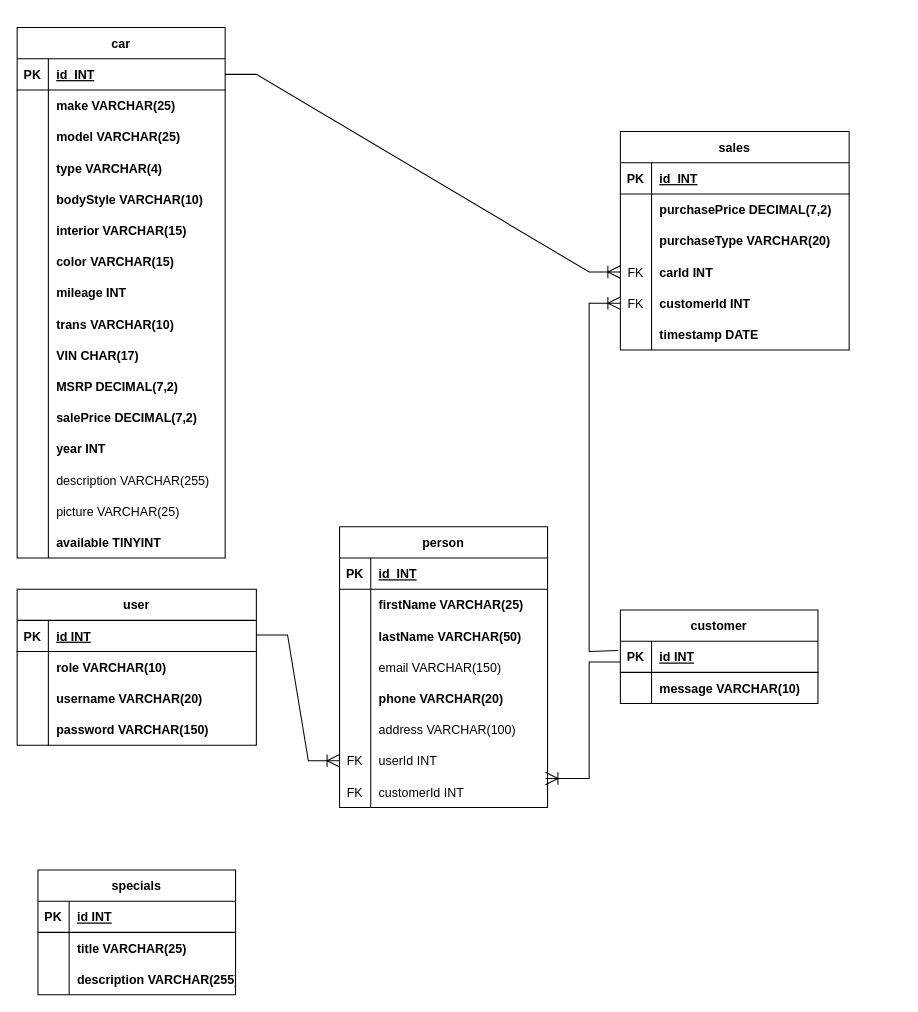
Before: carDealerShipERD.drawio in josephc2195/CarDealership, a draw.io diagram. Source tidied: cells renumbered, new cells numbered last; positions are measured from the earlier drawing's top-left corner, leaving out a move shared by most shapes. Both pictures are drawn from the tidied source at 104%, with x=0, y=0 at pixel (17, 27).
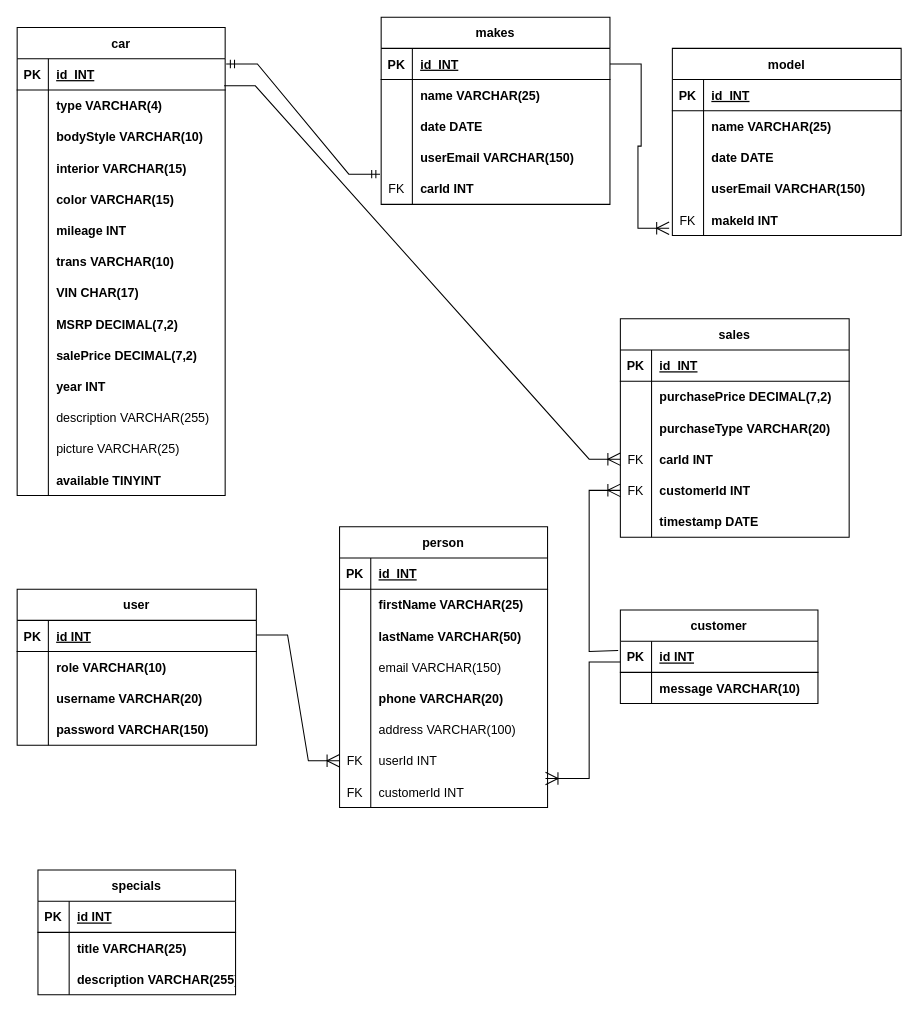
After the change.

Commit message:
create Makes and Model tables

as per requirements

The change refers to these unchanged cells:
```xml
<mxCell id="3" style="shape=tableRow;horizontal=0;startSize=0;swimlaneHead=0;swimlaneBody=0;fillColor=none;points=[[0,0.5],[1,0.5]];portConstraint=eastwest;top=0;left=0;right=0;bottom=1;" parent="2" vertex="1">
  <mxGeometry y="30" width="200" height="30" as="geometry" />
</mxCell>
<mxCell id="90" style="shape=tableRow;horizontal=0;startSize=0;swimlaneHead=0;swimlaneBody=0;fillColor=none;points=[[0,0.5],[1,0.5]];portConstraint=eastwest;top=0;left=0;right=0;bottom=1;" parent="89" vertex="1">
  <mxGeometry y="30" width="190" height="30" as="geometry" />
</mxCell>
<mxCell id="118" style="shape=tableRow;horizontal=0;startSize=0;swimlaneHead=0;swimlaneBody=0;fillColor=none;points=[[0,0.5],[1,0.5]];portConstraint=eastwest;top=0;left=0;right=0;bottom=0;" parent="108" vertex="1">
  <mxGeometry y="120" width="220" height="30" as="geometry" />
</mxCell>
<mxCell id="121" style="shape=tableRow;horizontal=0;startSize=0;swimlaneHead=0;swimlaneBody=0;fillColor=none;points=[[0,0.5],[1,0.5]];portConstraint=eastwest;top=0;left=0;right=0;bottom=0;" parent="108" vertex="1">
  <mxGeometry y="150" width="220" height="30" as="geometry" />
</mxCell>
```

Change to the diagram source:
```diff
@@
     <mxCell id="2" value="car" style="shape=table;startSize=30;childLayout=tableLayout;rowLines=0;fontStyle=1;align=center;" parent="1" vertex="1">
-      <mxGeometry width="200" height="510" as="geometry" />
+      <mxGeometry width="200" height="450" as="geometry" />
     </mxCell>
@@
-    <mxCell id="6" style="shape=tableRow;horizontal=0;startSize=0;swimlaneHead=0;swimlaneBody=0;fillColor=none;top=0;left=0;right=0;bottom=0;" parent="2" vertex="1">
-      <mxGeometry y="60" width="200" height="30" as="geometry" />
-    </mxCell>
-    <mxCell id="7" style="shape=partialRectangle;fillColor=none;top=0;left=0;bottom=0;right=0;overflow=hidden;" parent="6" vertex="1">
-      <mxGeometry width="30" height="30" as="geometry" />
-    </mxCell>
-    <mxCell id="8" value="make VARCHAR(25)" style="shape=partialRectangle;fillColor=none;top=0;left=0;bottom=0;right=0;align=left;spacingLeft=6;overflow=hidden;fontStyle=1;" parent="6" vertex="1">
-      <mxGeometry x="30" width="170" height="30" as="geometry" />
-    </mxCell>
-    <mxCell id="9" style="shape=tableRow;horizontal=0;startSize=0;swimlaneHead=0;swimlaneBody=0;fillColor=none;top=0;left=0;right=0;bottom=0;" parent="2" vertex="1">
-      <mxGeometry y="90" width="200" height="30" as="geometry" />
-    </mxCell>
-    <mxCell id="10" style="shape=partialRectangle;fillColor=none;top=0;left=0;bottom=0;right=0;overflow=hidden;" parent="9" vertex="1">
-      <mxGeometry width="30" height="30" as="geometry" />
-    </mxCell>
-    <mxCell id="11" value="model VARCHAR(25)" style="shape=partialRectangle;fillColor=none;top=0;left=0;bottom=0;right=0;align=left;spacingLeft=6;overflow=hidden;fontStyle=1;" parent="9" vertex="1">
-      <mxGeometry x="30" width="170" height="30" as="geometry" />
-    </mxCell>
     <mxCell id="12" style="shape=tableRow;horizontal=0;startSize=0;swimlaneHead=0;swimlaneBody=0;fillColor=none;top=0;left=0;right=0;bottom=0;" parent="2" vertex="1">
-      <mxGeometry y="120" width="200" height="30" as="geometry" />
+      <mxGeometry y="60" width="200" height="30" as="geometry" />
     </mxCell>
@@
     <mxCell id="15" style="shape=tableRow;horizontal=0;startSize=0;swimlaneHead=0;swimlaneBody=0;fillColor=none;top=0;left=0;right=0;bottom=0;" parent="2" vertex="1">
-      <mxGeometry y="150" width="200" height="30" as="geometry" />
+      <mxGeometry y="90" width="200" height="30" as="geometry" />
     </mxCell>
@@
     <mxCell id="18" style="shape=tableRow;horizontal=0;startSize=0;swimlaneHead=0;swimlaneBody=0;fillColor=none;top=0;left=0;right=0;bottom=0;" parent="2" vertex="1">
-      <mxGeometry y="180" width="200" height="30" as="geometry" />
+      <mxGeometry y="120" width="200" height="30" as="geometry" />
     </mxCell>
@@
     <mxCell id="21" style="shape=tableRow;horizontal=0;startSize=0;swimlaneHead=0;swimlaneBody=0;fillColor=none;top=0;left=0;right=0;bottom=0;" parent="2" vertex="1">
-      <mxGeometry y="210" width="200" height="30" as="geometry" />
+      <mxGeometry y="150" width="200" height="30" as="geometry" />
     </mxCell>
@@
     <mxCell id="24" style="shape=tableRow;horizontal=0;startSize=0;swimlaneHead=0;swimlaneBody=0;fillColor=none;top=0;left=0;right=0;bottom=0;" parent="2" vertex="1">
-      <mxGeometry y="240" width="200" height="30" as="geometry" />
+      <mxGeometry y="180" width="200" height="30" as="geometry" />
     </mxCell>
@@
     <mxCell id="27" style="shape=tableRow;horizontal=0;startSize=0;swimlaneHead=0;swimlaneBody=0;fillColor=none;top=0;left=0;right=0;bottom=0;" parent="2" vertex="1">
-      <mxGeometry y="270" width="200" height="30" as="geometry" />
+      <mxGeometry y="210" width="200" height="30" as="geometry" />
     </mxCell>
@@
     <mxCell id="30" style="shape=tableRow;horizontal=0;startSize=0;swimlaneHead=0;swimlaneBody=0;fillColor=none;top=0;left=0;right=0;bottom=0;" parent="2" vertex="1">
-      <mxGeometry y="300" width="200" height="30" as="geometry" />
+      <mxGeometry y="240" width="200" height="30" as="geometry" />
     </mxCell>
@@
     <mxCell id="33" style="shape=tableRow;horizontal=0;startSize=0;swimlaneHead=0;swimlaneBody=0;fillColor=none;top=0;left=0;right=0;bottom=0;" parent="2" vertex="1">
-      <mxGeometry y="330" width="200" height="30" as="geometry" />
+      <mxGeometry y="270" width="200" height="30" as="geometry" />
     </mxCell>
@@
     <mxCell id="36" style="shape=tableRow;horizontal=0;startSize=0;swimlaneHead=0;swimlaneBody=0;fillColor=none;top=0;left=0;right=0;bottom=0;" parent="2" vertex="1">
-      <mxGeometry y="360" width="200" height="30" as="geometry" />
+      <mxGeometry y="300" width="200" height="30" as="geometry" />
     </mxCell>
@@
     <mxCell id="39" style="shape=tableRow;horizontal=0;startSize=0;swimlaneHead=0;swimlaneBody=0;fillColor=none;top=0;left=0;right=0;bottom=0;" parent="2" vertex="1">
-      <mxGeometry y="390" width="200" height="30" as="geometry" />
+      <mxGeometry y="330" width="200" height="30" as="geometry" />
     </mxCell>
@@
     <mxCell id="42" style="shape=tableRow;horizontal=0;startSize=0;swimlaneHead=0;swimlaneBody=0;fillColor=none;top=0;left=0;right=0;bottom=0;" parent="2" vertex="1">
-      <mxGeometry y="420" width="200" height="30" as="geometry" />
+      <mxGeometry y="360" width="200" height="30" as="geometry" />
     </mxCell>
@@
     <mxCell id="45" style="shape=tableRow;horizontal=0;startSize=0;swimlaneHead=0;swimlaneBody=0;fillColor=none;top=0;left=0;right=0;bottom=0;" parent="2" vertex="1">
-      <mxGeometry y="450" width="200" height="30" as="geometry" />
+      <mxGeometry y="390" width="200" height="30" as="geometry" />
     </mxCell>
@@
     <mxCell id="48" style="shape=tableRow;horizontal=0;startSize=0;swimlaneHead=0;swimlaneBody=0;fillColor=none;top=0;left=0;right=0;bottom=0;" parent="2" vertex="1">
-      <mxGeometry y="480" width="200" height="30" as="geometry" />
+      <mxGeometry y="420" width="200" height="30" as="geometry" />
     </mxCell>
@@
     <mxCell id="108" value="sales" style="shape=table;startSize=30;childLayout=tableLayout;rowLines=0;fontStyle=1;align=center;" parent="1" vertex="1">
-      <mxGeometry x="580" y="100" width="220" height="210" as="geometry" />
+      <mxGeometry x="580" y="280" width="220" height="210" as="geometry" />
     </mxCell>
@@
     <mxCell id="127" style="fontSize=12;html=1;endArrow=ERoneToMany;rounded=0;startSize=10;endSize=10;exitX=-0.011;exitY=0.3;exitDx=0;exitDy=0;exitPerimeter=0;entryX=0;entryY=0.5;entryDx=0;entryDy=0;" parent="1" edge="1" source="90" target="121">
       <mxGeometry relative="1" as="geometry">
         <Array as="points">
           <mxPoint x="550" y="600" />
-          <mxPoint x="550" y="265" />
+          <mxPoint x="550" y="445" />
         </Array>
       </mxGeometry>
     </mxCell>
-    <mxCell id="128" style="edgeStyle=entityRelationEdgeStyle;fontSize=12;html=1;endArrow=ERoneToMany;rounded=0;startSize=10;endSize=10;entryX=0;entryY=0.5;entryDx=0;entryDy=0;exitX=1;exitY=0.5;exitDx=0;exitDy=0;" parent="1" edge="1" source="3" target="118">
+    <mxCell id="128" style="edgeStyle=entityRelationEdgeStyle;fontSize=12;html=1;endArrow=ERoneToMany;rounded=0;startSize=10;endSize=10;entryX=0;entryY=0.5;entryDx=0;entryDy=0;exitX=0.995;exitY=0.867;exitDx=0;exitDy=0;exitPerimeter=0;" parent="1" edge="1" source="3" target="118">
       <mxGeometry relative="1" as="geometry" />
     </mxCell>
+    <mxCell id="129" value="makes" style="shape=table;startSize=30;childLayout=tableLayout;rowLines=0;fontStyle=1;align=center;" parent="1" vertex="1">
+      <mxGeometry x="350" y="-10" width="220" height="180" as="geometry" />
+    </mxCell>
+    <mxCell id="130" style="shape=tableRow;horizontal=0;startSize=0;swimlaneHead=0;swimlaneBody=0;fillColor=none;points=[[0,0.5],[1,0.5]];portConstraint=eastwest;top=0;left=0;right=0;bottom=1;" parent="129" vertex="1">
+      <mxGeometry y="30" width="220" height="30" as="geometry" />
+    </mxCell>
+    <mxCell id="131" value="PK" style="shape=partialRectangle;fillColor=none;top=0;left=0;bottom=0;right=0;fontStyle=1;overflow=hidden;" parent="130" vertex="1">
+      <mxGeometry width="30" height="30" as="geometry" />
+    </mxCell>
+    <mxCell id="132" value="id  INT" style="shape=partialRectangle;fillColor=none;top=0;left=0;bottom=0;right=0;align=left;spacingLeft=6;fontStyle=5;overflow=hidden;" parent="130" vertex="1">
+      <mxGeometry x="30" width="190" height="30" as="geometry" />
+    </mxCell>
+    <mxCell id="133" style="shape=tableRow;horizontal=0;startSize=0;swimlaneHead=0;swimlaneBody=0;fillColor=none;top=0;left=0;right=0;bottom=0;" parent="129" vertex="1">
+      <mxGeometry y="60" width="220" height="30" as="geometry" />
+    </mxCell>
+    <mxCell id="134" style="shape=partialRectangle;fillColor=none;top=0;left=0;bottom=0;right=0;overflow=hidden;" parent="133" vertex="1">
+      <mxGeometry width="30" height="30" as="geometry" />
+    </mxCell>
+    <mxCell id="135" value="name VARCHAR(25)" style="shape=partialRectangle;fillColor=none;top=0;left=0;bottom=0;right=0;align=left;spacingLeft=6;overflow=hidden;fontStyle=1;" parent="133" vertex="1">
+      <mxGeometry x="30" width="190" height="30" as="geometry" />
+    </mxCell>
+    <mxCell id="136" style="shape=tableRow;horizontal=0;startSize=0;swimlaneHead=0;swimlaneBody=0;fillColor=none;top=0;left=0;right=0;bottom=0;" parent="129" vertex="1">
+      <mxGeometry y="90" width="220" height="30" as="geometry" />
+    </mxCell>
+    <mxCell id="137" style="shape=partialRectangle;fillColor=none;top=0;left=0;bottom=0;right=0;overflow=hidden;" parent="136" vertex="1">
+      <mxGeometry width="30" height="30" as="geometry" />
+    </mxCell>
+    <mxCell id="138" value="date DATE" style="shape=partialRectangle;fillColor=none;top=0;left=0;bottom=0;right=0;align=left;spacingLeft=6;overflow=hidden;fontStyle=1;" parent="136" vertex="1">
+      <mxGeometry x="30" width="190" height="30" as="geometry" />
+    </mxCell>
+    <mxCell id="139" style="shape=tableRow;horizontal=0;startSize=0;swimlaneHead=0;swimlaneBody=0;fillColor=none;top=0;left=0;right=0;bottom=0;" parent="129" vertex="1">
+      <mxGeometry y="120" width="220" height="30" as="geometry" />
+    </mxCell>
+    <mxCell id="140" style="shape=partialRectangle;fillColor=none;top=0;left=0;bottom=0;right=0;overflow=hidden;" parent="139" vertex="1">
+      <mxGeometry width="30" height="30" as="geometry" />
+    </mxCell>
+    <mxCell id="141" value="userEmail VARCHAR(150)" style="shape=partialRectangle;fillColor=none;top=0;left=0;bottom=0;right=0;align=left;spacingLeft=6;overflow=hidden;fontStyle=1;" parent="139" vertex="1">
+      <mxGeometry x="30" width="190" height="30" as="geometry" />
+    </mxCell>
+    <mxCell id="142" style="shape=tableRow;horizontal=0;startSize=0;swimlaneHead=0;swimlaneBody=0;fillColor=none;points=[[0,0.5],[1,0.5]];portConstraint=eastwest;top=0;left=0;right=0;bottom=0;" parent="129" vertex="1">
+      <mxGeometry y="150" width="220" height="30" as="geometry" />
+    </mxCell>
+    <mxCell id="143" value="FK" style="shape=partialRectangle;fillColor=none;top=0;left=0;bottom=0;right=0;overflow=hidden;" parent="142" vertex="1">
+      <mxGeometry width="30" height="30" as="geometry" />
+    </mxCell>
+    <mxCell id="144" value="carId INT" style="shape=partialRectangle;fillColor=none;top=0;left=0;bottom=0;right=0;align=left;spacingLeft=6;overflow=hidden;fontStyle=1;" parent="142" vertex="1">
+      <mxGeometry x="30" width="190" height="30" as="geometry" />
+    </mxCell>
+    <mxCell id="145" value="model" style="shape=table;startSize=30;childLayout=tableLayout;rowLines=0;fontStyle=1;align=center;" parent="1" vertex="1">
+      <mxGeometry x="630" y="20" width="220" height="180" as="geometry" />
+    </mxCell>
+    <mxCell id="146" style="shape=tableRow;horizontal=0;startSize=0;swimlaneHead=0;swimlaneBody=0;fillColor=none;top=0;left=0;right=0;bottom=1;" parent="145" vertex="1">
+      <mxGeometry y="30" width="220" height="30" as="geometry" />
+    </mxCell>
+    <mxCell id="147" value="PK" style="shape=partialRectangle;fillColor=none;top=0;left=0;bottom=0;right=0;fontStyle=1;overflow=hidden;" parent="146" vertex="1">
+      <mxGeometry width="30" height="30" as="geometry" />
+    </mxCell>
+    <mxCell id="148" value="id  INT" style="shape=partialRectangle;fillColor=none;top=0;left=0;bottom=0;right=0;align=left;spacingLeft=6;fontStyle=5;overflow=hidden;" parent="146" vertex="1">
+      <mxGeometry x="30" width="190" height="30" as="geometry" />
+    </mxCell>
+    <mxCell id="149" style="shape=tableRow;horizontal=0;startSize=0;swimlaneHead=0;swimlaneBody=0;fillColor=none;top=0;left=0;right=0;bottom=0;" parent="145" vertex="1">
+      <mxGeometry y="60" width="220" height="30" as="geometry" />
+    </mxCell>
+    <mxCell id="150" style="shape=partialRectangle;fillColor=none;top=0;left=0;bottom=0;right=0;overflow=hidden;" parent="149" vertex="1">
+      <mxGeometry width="30" height="30" as="geometry" />
+    </mxCell>
+    <mxCell id="151" value="name VARCHAR(25)" style="shape=partialRectangle;fillColor=none;top=0;left=0;bottom=0;right=0;align=left;spacingLeft=6;overflow=hidden;fontStyle=1;" parent="149" vertex="1">
+      <mxGeometry x="30" width="190" height="30" as="geometry" />
+    </mxCell>
+    <mxCell id="152" style="shape=tableRow;horizontal=0;startSize=0;swimlaneHead=0;swimlaneBody=0;fillColor=none;top=0;left=0;right=0;bottom=0;" parent="145" vertex="1">
+      <mxGeometry y="90" width="220" height="30" as="geometry" />
+    </mxCell>
+    <mxCell id="153" style="shape=partialRectangle;fillColor=none;top=0;left=0;bottom=0;right=0;overflow=hidden;" parent="152" vertex="1">
+      <mxGeometry width="30" height="30" as="geometry" />
+    </mxCell>
+    <mxCell id="154" value="date DATE" style="shape=partialRectangle;fillColor=none;top=0;left=0;bottom=0;right=0;align=left;spacingLeft=6;overflow=hidden;fontStyle=1;" parent="152" vertex="1">
+      <mxGeometry x="30" width="190" height="30" as="geometry" />
+    </mxCell>
+    <mxCell id="155" style="shape=tableRow;horizontal=0;startSize=0;swimlaneHead=0;swimlaneBody=0;fillColor=none;top=0;left=0;right=0;bottom=0;" parent="145" vertex="1">
+      <mxGeometry y="120" width="220" height="30" as="geometry" />
+    </mxCell>
+    <mxCell id="156" style="shape=partialRectangle;fillColor=none;top=0;left=0;bottom=0;right=0;overflow=hidden;" parent="155" vertex="1">
+      <mxGeometry width="30" height="30" as="geometry" />
+    </mxCell>
+    <mxCell id="157" value="userEmail VARCHAR(150)" style="shape=partialRectangle;fillColor=none;top=0;left=0;bottom=0;right=0;align=left;spacingLeft=6;overflow=hidden;fontStyle=1;" parent="155" vertex="1">
+      <mxGeometry x="30" width="190" height="30" as="geometry" />
+    </mxCell>
+    <mxCell id="158" style="shape=tableRow;horizontal=0;startSize=0;swimlaneHead=0;swimlaneBody=0;fillColor=none;points=[[0,0.5],[1,0.5]];portConstraint=eastwest;top=0;left=0;right=0;bottom=0;" parent="145" vertex="1">
+      <mxGeometry y="150" width="220" height="30" as="geometry" />
+    </mxCell>
+    <mxCell id="159" value="FK" style="shape=partialRectangle;fillColor=none;top=0;left=0;bottom=0;right=0;overflow=hidden;" parent="158" vertex="1">
+      <mxGeometry width="30" height="30" as="geometry" />
+    </mxCell>
+    <mxCell id="160" value="makeId INT" style="shape=partialRectangle;fillColor=none;top=0;left=0;bottom=0;right=0;align=left;spacingLeft=6;overflow=hidden;fontStyle=1;" parent="158" vertex="1">
+      <mxGeometry x="30" width="190" height="30" as="geometry" />
+    </mxCell>
+    <mxCell id="161" style="edgeStyle=entityRelationEdgeStyle;fontSize=12;html=1;endArrow=ERoneToMany;rounded=0;startSize=10;endSize=10;entryX=-0.014;entryY=0.767;entryDx=0;entryDy=0;exitX=1;exitY=0.5;exitDx=0;exitDy=0;entryPerimeter=0;" parent="1" edge="1" source="130" target="158">
+      <mxGeometry relative="1" as="geometry" />
+    </mxCell>
+    <mxCell id="162" style="edgeStyle=entityRelationEdgeStyle;fontSize=12;html=1;endArrow=ERmandOne;startArrow=ERmandOne;rounded=0;exitX=1.005;exitY=0.167;exitDx=0;exitDy=0;exitPerimeter=0;entryX=-0.005;entryY=0.033;entryDx=0;entryDy=0;entryPerimeter=0;" parent="1" edge="1" source="3" target="142">
+      <mxGeometry relative="1" as="geometry" />
+    </mxCell>
```
